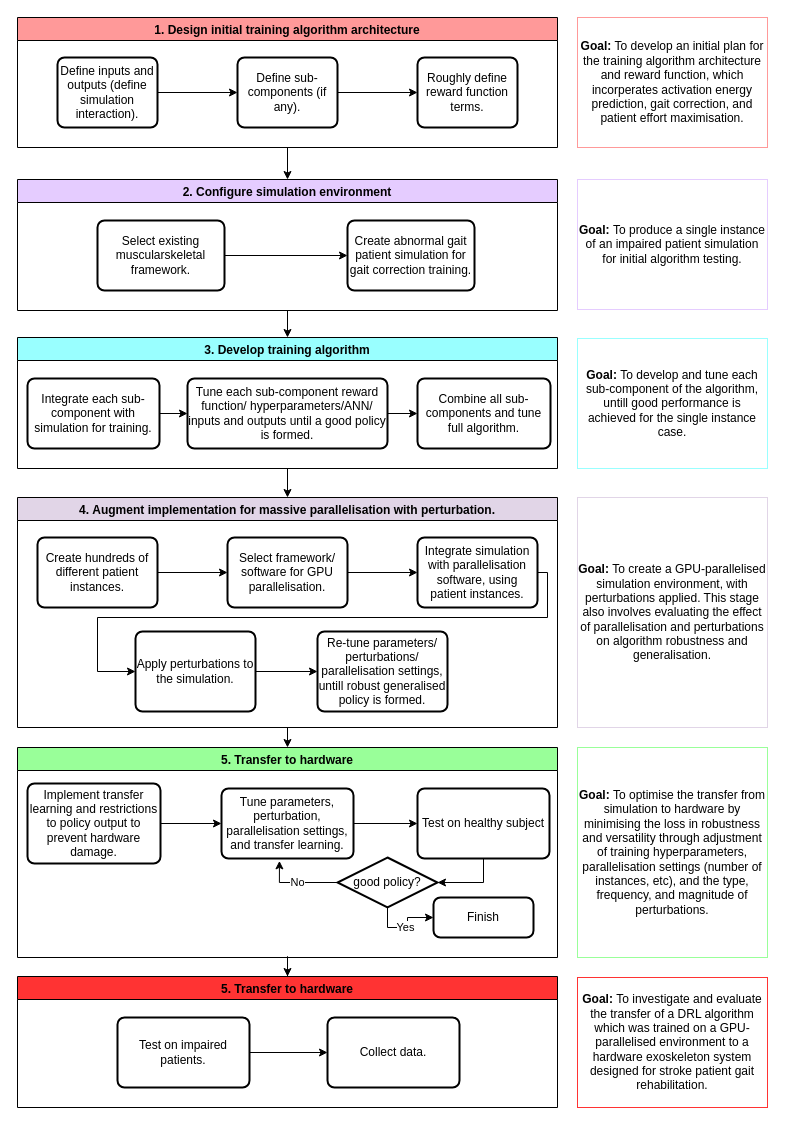
This is Untitled Diagram.drawio from LeoCain/MASS_EXO, a draw.io file, before an edit. Source tidied: cells renumbered, new cells numbered last; positions are measured from the earlier drawing's top-left corner, leaving out a move shared by most shapes. Both pictures are drawn from the tidied source at 100%, with x=0, y=0 at pixel (17, 17).
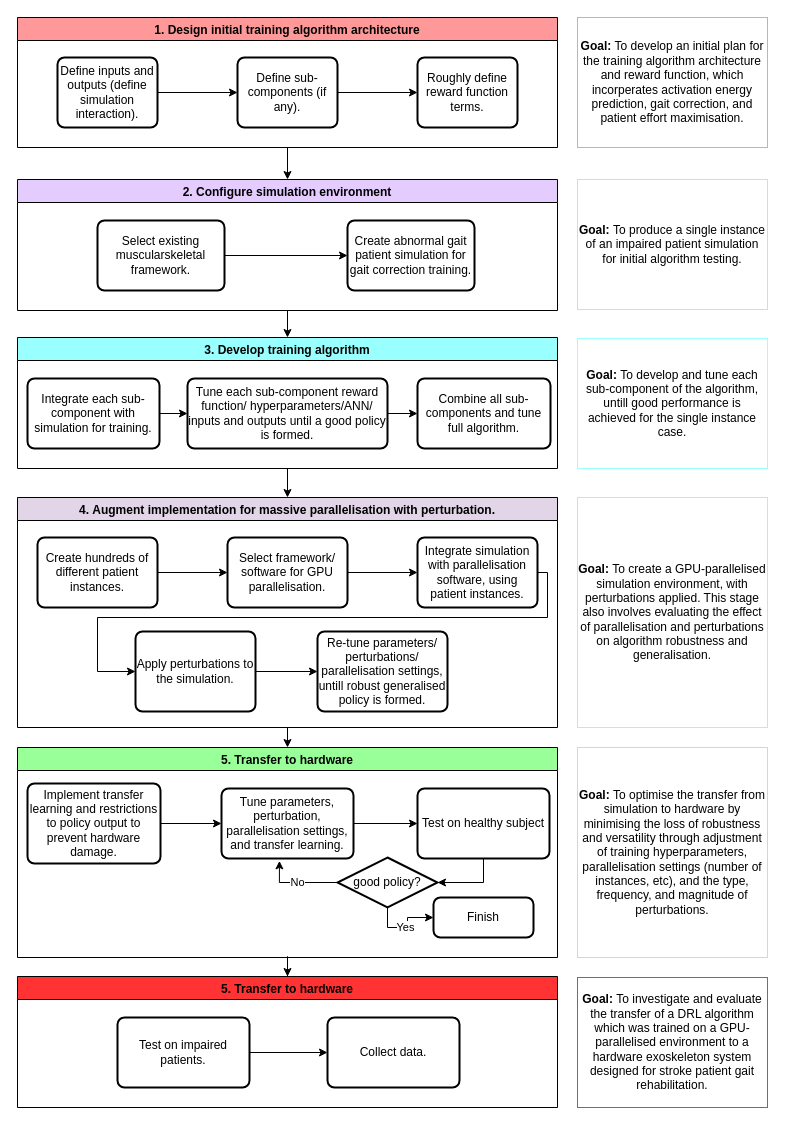
Above is the later version.

What changed in the source:
```diff
@@
-    <mxCell id="52" value="&lt;b&gt;Goal:&lt;/b&gt;&amp;nbsp;To optimise the transfer from simulation to hardware by minimising the loss in robustness and versatility through adjustment of training hyperparameters, parallelisation settings (number of instances, etc), and the type, frequency, and magnitude of perturbations." style="rounded=0;whiteSpace=wrap;html=1;fillColor=#FFFFFF;strokeColor=#99FF99;" parent="1" vertex="1">
+    <mxCell id="52" value="&lt;b&gt;Goal:&lt;/b&gt;&amp;nbsp;To optimise the transfer from simulation to hardware by minimising the loss of robustness and versatility through adjustment of training hyperparameters, parallelisation settings (number of instances, etc), and the type, frequency, and magnitude of perturbations." style="rounded=0;whiteSpace=wrap;html=1;fillColor=#FFFFFF;strokeColor=#99FF99;" parent="1" vertex="1">
       <mxGeometry x="560" y="730" width="190" height="210" as="geometry" />
     </mxCell>
```
